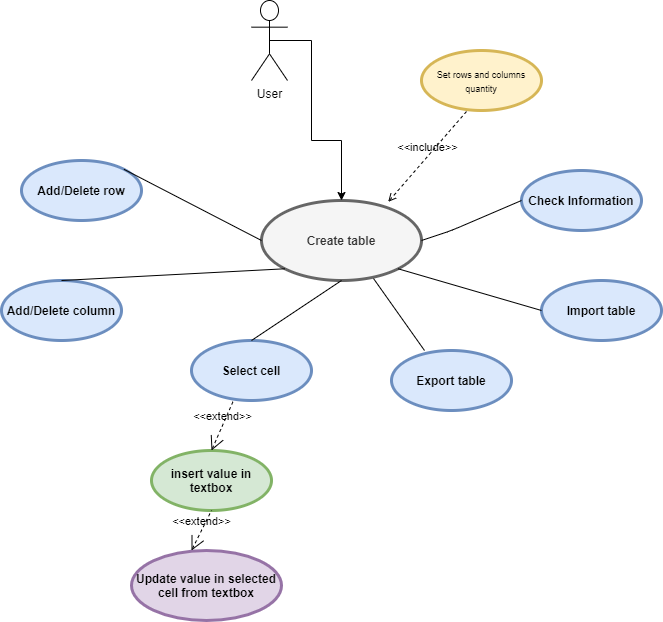
This is img/UseCaseDiagram.png from pashokred/mini_spreadsheet, a draw.io export, as it was before one commit. Source tidied: cells renumbered, new cells last; positions are measured from the earlier drawing's top-left corner, leaving out a move shared by most shapes. Source of this version:
```xml
<mxGraphModel>
  <root>
    <mxCell id="0" />
    <mxCell id="1" parent="0" />
    <mxCell id="2" value="&amp;lt;&amp;lt;include&amp;gt;&amp;gt;" style="edgeStyle=none;html=1;endArrow=open;verticalAlign=bottom;dashed=1;labelBackgroundColor=none;entryX=0.792;entryY=0.017;entryDx=0;entryDy=0;exitX=0.375;exitY=1.017;exitDx=0;exitDy=0;entryPerimeter=0;exitPerimeter=0;" parent="1" edge="1" source="4" target="3">
      <mxGeometry relative="1" as="geometry" />
    </mxCell>
    <mxCell id="3" value="Create table" style="shape=ellipse;html=1;strokeWidth=3;fontStyle=1;whiteSpace=wrap;align=center;perimeter=ellipsePerimeter;fillColor=#f5f5f5;strokeColor=#666666;fontColor=#333333;" parent="1" vertex="1">
      <mxGeometry x="260" y="200" width="160" height="80" as="geometry" />
    </mxCell>
    <mxCell id="4" value="&lt;span style=&quot;font-size: 9px ; font-weight: 400&quot;&gt;Set rows and columns quantity&lt;/span&gt;" style="shape=ellipse;html=1;strokeWidth=3;fontStyle=1;whiteSpace=wrap;align=center;perimeter=ellipsePerimeter;fillColor=#fff2cc;strokeColor=#d6b656;" parent="1" vertex="1">
      <mxGeometry x="420" y="50" width="120" height="60" as="geometry" />
    </mxCell>
    <mxCell id="5" value="Add/Delete row" style="shape=ellipse;html=1;strokeWidth=3;fontStyle=1;whiteSpace=wrap;align=center;perimeter=ellipsePerimeter;fillColor=#dae8fc;strokeColor=#6c8ebf;" parent="1" vertex="1">
      <mxGeometry x="20" y="160" width="120" height="60" as="geometry" />
    </mxCell>
    <mxCell id="6" value="Add/Delete column" style="shape=ellipse;html=1;strokeWidth=3;fontStyle=1;whiteSpace=wrap;align=center;perimeter=ellipsePerimeter;fillColor=#dae8fc;strokeColor=#6c8ebf;" parent="1" vertex="1">
      <mxGeometry y="280" width="120" height="60" as="geometry" />
    </mxCell>
    <mxCell id="7" style="edgeStyle=none;html=1;endArrow=none;verticalAlign=bottom;exitX=0;exitY=0.5;exitDx=0;exitDy=0;entryX=1;entryY=0;entryDx=0;entryDy=0;" parent="1" edge="1" source="3" target="5">
      <mxGeometry relative="1" as="geometry" />
    </mxCell>
    <mxCell id="8" style="edgeStyle=none;html=1;endArrow=none;verticalAlign=bottom;exitX=0;exitY=1;exitDx=0;exitDy=0;entryX=0.5;entryY=0;entryDx=0;entryDy=0;" parent="1" edge="1" source="3" target="6">
      <mxGeometry relative="1" as="geometry" />
    </mxCell>
    <mxCell id="9" value="Select cell" style="shape=ellipse;html=1;strokeWidth=3;fontStyle=1;whiteSpace=wrap;align=center;perimeter=ellipsePerimeter;fillColor=#dae8fc;strokeColor=#6c8ebf;" parent="1" vertex="1">
      <mxGeometry x="190" y="340" width="120" height="60" as="geometry" />
    </mxCell>
    <mxCell id="10" style="edgeStyle=none;html=1;endArrow=none;verticalAlign=bottom;exitX=0.5;exitY=1;exitDx=0;exitDy=0;entryX=0.5;entryY=0;entryDx=0;entryDy=0;" parent="1" edge="1" source="3" target="9">
      <mxGeometry relative="1" as="geometry" />
    </mxCell>
    <mxCell id="11" value="insert value in textbox" style="shape=ellipse;html=1;strokeWidth=3;fontStyle=1;whiteSpace=wrap;align=center;perimeter=ellipsePerimeter;fillColor=#d5e8d4;strokeColor=#82b366;" parent="1" vertex="1">
      <mxGeometry x="150" y="450" width="120" height="60" as="geometry" />
    </mxCell>
    <mxCell id="12" value="Update value in selected cell from textbox" style="shape=ellipse;html=1;strokeWidth=3;fontStyle=1;whiteSpace=wrap;align=center;perimeter=ellipsePerimeter;fillColor=#e1d5e7;strokeColor=#9673a6;" parent="1" vertex="1">
      <mxGeometry x="130" y="550" width="150" height="70" as="geometry" />
    </mxCell>
    <mxCell id="13" value="Check Information" style="shape=ellipse;html=1;strokeWidth=3;fontStyle=1;whiteSpace=wrap;align=center;perimeter=ellipsePerimeter;fillColor=#dae8fc;strokeColor=#6c8ebf;" parent="1" vertex="1">
      <mxGeometry x="520" y="170" width="120" height="60" as="geometry" />
    </mxCell>
    <mxCell id="14" style="edgeStyle=none;html=1;endArrow=none;verticalAlign=bottom;entryX=0;entryY=0.5;entryDx=0;entryDy=0;exitX=1;exitY=0.5;exitDx=0;exitDy=0;" parent="1" edge="1" source="3" target="13">
      <mxGeometry relative="1" as="geometry">
        <Array as="points">
          <mxPoint x="450" y="230" />
        </Array>
      </mxGeometry>
    </mxCell>
    <mxCell id="15" style="edgeStyle=orthogonalEdgeStyle;rounded=0;jettySize=auto;html=1;exitX=0.5;exitY=0.5;exitDx=0;exitDy=0;exitPerimeter=0;entryX=0.5;entryY=0;entryDx=0;entryDy=0;" parent="1" edge="1" source="16" target="3">
      <mxGeometry relative="1" as="geometry">
        <Array as="points">
          <mxPoint x="310" y="40" />
          <mxPoint x="310" y="140" />
          <mxPoint x="340" y="140" />
        </Array>
      </mxGeometry>
    </mxCell>
    <mxCell id="16" value="User" style="shape=umlActor;html=1;verticalLabelPosition=bottom;verticalAlign=top;align=center;" parent="1" vertex="1">
      <mxGeometry x="250" width="36" height="80" as="geometry" />
    </mxCell>
    <mxCell id="17" value="Export table" style="shape=ellipse;html=1;strokeWidth=3;fontStyle=1;whiteSpace=wrap;align=center;perimeter=ellipsePerimeter;fillColor=#dae8fc;strokeColor=#6c8ebf;" parent="1" vertex="1">
      <mxGeometry x="390" y="350" width="120" height="60" as="geometry" />
    </mxCell>
    <mxCell id="18" value="Import table" style="shape=ellipse;html=1;strokeWidth=3;fontStyle=1;whiteSpace=wrap;align=center;perimeter=ellipsePerimeter;fillColor=#dae8fc;strokeColor=#6c8ebf;" parent="1" vertex="1">
      <mxGeometry x="540" y="280" width="120" height="60" as="geometry" />
    </mxCell>
    <mxCell id="19" style="endArrow=none;html=1;entryX=0.7;entryY=0.975;entryDx=0;entryDy=0;entryPerimeter=0;exitX=0.275;exitY=0;exitDx=0;exitDy=0;exitPerimeter=0;" parent="1" edge="1" source="17" target="3">
      <mxGeometry relative="1" as="geometry" />
    </mxCell>
    <mxCell id="20" style="endArrow=none;html=1;exitX=0;exitY=0.5;exitDx=0;exitDy=0;entryX=1;entryY=1;entryDx=0;entryDy=0;" parent="1" edge="1" source="18" target="3">
      <mxGeometry relative="1" as="geometry" />
    </mxCell>
    <mxCell id="21" value="&amp;lt;&amp;lt;extend&amp;gt;&amp;gt;" style="edgeStyle=none;html=1;startArrow=open;endArrow=none;startSize=12;verticalAlign=bottom;dashed=1;labelBackgroundColor=none;exitX=0.5;exitY=0;exitDx=0;exitDy=0;entryX=0.35;entryY=1;entryDx=0;entryDy=0;entryPerimeter=0;" parent="1" edge="1" source="11" target="9">
      <mxGeometry relative="1" as="geometry" />
    </mxCell>
    <mxCell id="22" value="&amp;lt;&amp;lt;extend&amp;gt;&amp;gt;" style="edgeStyle=none;html=1;startArrow=open;endArrow=none;startSize=12;verticalAlign=bottom;dashed=1;labelBackgroundColor=none;entryX=0.5;entryY=1;entryDx=0;entryDy=0;" parent="1" edge="1" target="11">
      <mxGeometry relative="1" as="geometry">
        <mxPoint x="190" y="550" as="sourcePoint" />
      </mxGeometry>
    </mxCell>
  </root>
</mxGraphModel>
```
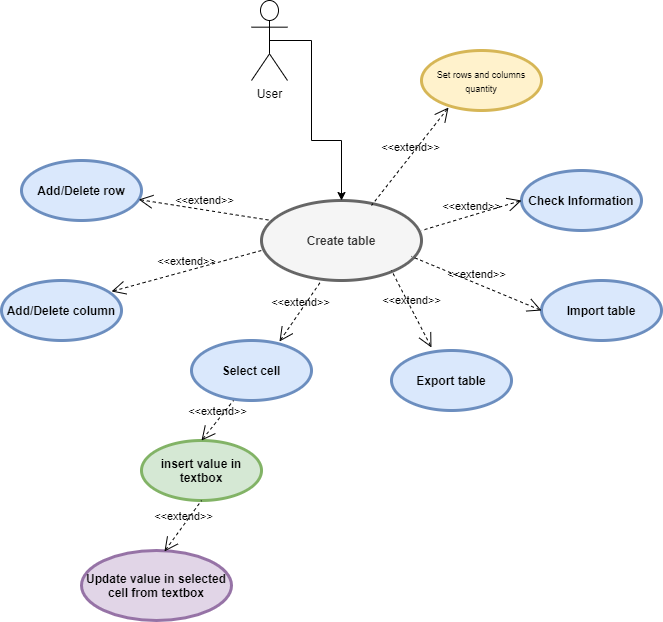
The same file after the commit.

What changed in the source:
```diff
@@ -2,9 +2,6 @@
   <root>
     <mxCell id="0" />
     <mxCell id="1" parent="0" />
-    <mxCell id="2" value="&amp;lt;&amp;lt;include&amp;gt;&amp;gt;" style="edgeStyle=none;html=1;endArrow=open;verticalAlign=bottom;dashed=1;labelBackgroundColor=none;entryX=0.792;entryY=0.017;entryDx=0;entryDy=0;exitX=0.375;exitY=1.017;exitDx=0;exitDy=0;entryPerimeter=0;exitPerimeter=0;" parent="1" edge="1" source="4" target="3">
-      <mxGeometry relative="1" as="geometry" />
-    </mxCell>
     <mxCell id="3" value="Create table" style="shape=ellipse;html=1;strokeWidth=3;fontStyle=1;whiteSpace=wrap;align=center;perimeter=ellipsePerimeter;fillColor=#f5f5f5;strokeColor=#666666;fontColor=#333333;" parent="1" vertex="1">
       <mxGeometry x="260" y="200" width="160" height="80" as="geometry" />
     </mxCell>
@@ -17,34 +14,18 @@
     <mxCell id="6" value="Add/Delete column" style="shape=ellipse;html=1;strokeWidth=3;fontStyle=1;whiteSpace=wrap;align=center;perimeter=ellipsePerimeter;fillColor=#dae8fc;strokeColor=#6c8ebf;" parent="1" vertex="1">
       <mxGeometry y="280" width="120" height="60" as="geometry" />
     </mxCell>
-    <mxCell id="7" style="edgeStyle=none;html=1;endArrow=none;verticalAlign=bottom;exitX=0;exitY=0.5;exitDx=0;exitDy=0;entryX=1;entryY=0;entryDx=0;entryDy=0;" parent="1" edge="1" source="3" target="5">
-      <mxGeometry relative="1" as="geometry" />
-    </mxCell>
-    <mxCell id="8" style="edgeStyle=none;html=1;endArrow=none;verticalAlign=bottom;exitX=0;exitY=1;exitDx=0;exitDy=0;entryX=0.5;entryY=0;entryDx=0;entryDy=0;" parent="1" edge="1" source="3" target="6">
-      <mxGeometry relative="1" as="geometry" />
-    </mxCell>
     <mxCell id="9" value="Select cell" style="shape=ellipse;html=1;strokeWidth=3;fontStyle=1;whiteSpace=wrap;align=center;perimeter=ellipsePerimeter;fillColor=#dae8fc;strokeColor=#6c8ebf;" parent="1" vertex="1">
       <mxGeometry x="190" y="340" width="120" height="60" as="geometry" />
     </mxCell>
-    <mxCell id="10" style="edgeStyle=none;html=1;endArrow=none;verticalAlign=bottom;exitX=0.5;exitY=1;exitDx=0;exitDy=0;entryX=0.5;entryY=0;entryDx=0;entryDy=0;" parent="1" edge="1" source="3" target="9">
-      <mxGeometry relative="1" as="geometry" />
-    </mxCell>
     <mxCell id="11" value="insert value in textbox" style="shape=ellipse;html=1;strokeWidth=3;fontStyle=1;whiteSpace=wrap;align=center;perimeter=ellipsePerimeter;fillColor=#d5e8d4;strokeColor=#82b366;" parent="1" vertex="1">
-      <mxGeometry x="150" y="450" width="120" height="60" as="geometry" />
+      <mxGeometry x="140" y="440" width="120" height="60" as="geometry" />
     </mxCell>
     <mxCell id="12" value="Update value in selected cell from textbox" style="shape=ellipse;html=1;strokeWidth=3;fontStyle=1;whiteSpace=wrap;align=center;perimeter=ellipsePerimeter;fillColor=#e1d5e7;strokeColor=#9673a6;" parent="1" vertex="1">
-      <mxGeometry x="130" y="550" width="150" height="70" as="geometry" />
+      <mxGeometry x="80" y="550" width="150" height="70" as="geometry" />
     </mxCell>
     <mxCell id="13" value="Check Information" style="shape=ellipse;html=1;strokeWidth=3;fontStyle=1;whiteSpace=wrap;align=center;perimeter=ellipsePerimeter;fillColor=#dae8fc;strokeColor=#6c8ebf;" parent="1" vertex="1">
       <mxGeometry x="520" y="170" width="120" height="60" as="geometry" />
     </mxCell>
-    <mxCell id="14" style="edgeStyle=none;html=1;endArrow=none;verticalAlign=bottom;entryX=0;entryY=0.5;entryDx=0;entryDy=0;exitX=1;exitY=0.5;exitDx=0;exitDy=0;" parent="1" edge="1" source="3" target="13">
-      <mxGeometry relative="1" as="geometry">
-        <Array as="points">
-          <mxPoint x="450" y="230" />
-        </Array>
-      </mxGeometry>
-    </mxCell>
     <mxCell id="15" style="edgeStyle=orthogonalEdgeStyle;rounded=0;jettySize=auto;html=1;exitX=0.5;exitY=0.5;exitDx=0;exitDy=0;exitPerimeter=0;entryX=0.5;entryY=0;entryDx=0;entryDy=0;" parent="1" edge="1" source="16" target="3">
       <mxGeometry relative="1" as="geometry">
         <Array as="points">
@@ -63,19 +44,46 @@
     <mxCell id="18" value="Import table" style="shape=ellipse;html=1;strokeWidth=3;fontStyle=1;whiteSpace=wrap;align=center;perimeter=ellipsePerimeter;fillColor=#dae8fc;strokeColor=#6c8ebf;" parent="1" vertex="1">
       <mxGeometry x="540" y="280" width="120" height="60" as="geometry" />
     </mxCell>
-    <mxCell id="19" style="endArrow=none;html=1;entryX=0.7;entryY=0.975;entryDx=0;entryDy=0;entryPerimeter=0;exitX=0.275;exitY=0;exitDx=0;exitDy=0;exitPerimeter=0;" parent="1" edge="1" source="17" target="3">
-      <mxGeometry relative="1" as="geometry" />
-    </mxCell>
-    <mxCell id="20" style="endArrow=none;html=1;exitX=0;exitY=0.5;exitDx=0;exitDy=0;entryX=1;entryY=1;entryDx=0;entryDy=0;" parent="1" edge="1" source="18" target="3">
-      <mxGeometry relative="1" as="geometry" />
-    </mxCell>
     <mxCell id="21" value="&amp;lt;&amp;lt;extend&amp;gt;&amp;gt;" style="edgeStyle=none;html=1;startArrow=open;endArrow=none;startSize=12;verticalAlign=bottom;dashed=1;labelBackgroundColor=none;exitX=0.5;exitY=0;exitDx=0;exitDy=0;entryX=0.35;entryY=1;entryDx=0;entryDy=0;entryPerimeter=0;" parent="1" edge="1" source="11" target="9">
       <mxGeometry relative="1" as="geometry" />
     </mxCell>
-    <mxCell id="22" value="&amp;lt;&amp;lt;extend&amp;gt;&amp;gt;" style="edgeStyle=none;html=1;startArrow=open;endArrow=none;startSize=12;verticalAlign=bottom;dashed=1;labelBackgroundColor=none;entryX=0.5;entryY=1;entryDx=0;entryDy=0;" parent="1" edge="1" target="11">
-      <mxGeometry relative="1" as="geometry">
-        <mxPoint x="190" y="550" as="sourcePoint" />
-      </mxGeometry>
+    <mxCell id="22" value="&amp;lt;&amp;lt;extend&amp;gt;&amp;gt;" style="edgeStyle=none;html=1;startArrow=open;endArrow=none;startSize=12;verticalAlign=bottom;dashed=1;labelBackgroundColor=none;entryX=0.5;entryY=1;entryDx=0;entryDy=0;exitX=0.553;exitY=0.014;exitDx=0;exitDy=0;exitPerimeter=0;" parent="1" edge="1" source="12" target="11">
+      <mxGeometry relative="1" as="geometry" />
     </mxCell>
+    <mxCell id="23" value="&amp;lt;&amp;lt;extend&amp;gt;&amp;gt;" style="edgeStyle=none;html=1;startArrow=open;endArrow=none;startSize=12;verticalAlign=bottom;dashed=1;labelBackgroundColor=none;exitX=0.733;exitY=0.017;exitDx=0;exitDy=0;exitPerimeter=0;" parent="1" edge="1" source="9">
+      <mxGeometry relative="1" as="geometry">
+        <mxPoint x="320" y="280" as="targetPoint" />
+      </mxGeometry>
+    </mxCell>
+    <mxCell id="24" value="&amp;lt;&amp;lt;extend&amp;gt;&amp;gt;" style="edgeStyle=none;html=1;startArrow=open;endArrow=none;startSize=12;verticalAlign=bottom;dashed=1;labelBackgroundColor=none;exitX=0.917;exitY=0.183;exitDx=0;exitDy=0;exitPerimeter=0;" parent="1" edge="1" source="6">
+      <mxGeometry relative="1" as="geometry">
+        <mxPoint x="260" y="250" as="targetPoint" />
+      </mxGeometry>
+    </mxCell>
+    <mxCell id="25" value="&amp;lt;&amp;lt;extend&amp;gt;&amp;gt;" style="edgeStyle=none;html=1;startArrow=open;endArrow=none;startSize=12;verticalAlign=bottom;dashed=1;labelBackgroundColor=none;" parent="1" edge="1" source="5">
+      <mxGeometry relative="1" as="geometry">
+        <mxPoint x="270" y="220" as="targetPoint" />
+      </mxGeometry>
+    </mxCell>
+    <mxCell id="26" value="&amp;lt;&amp;lt;extend&amp;gt;&amp;gt;" style="edgeStyle=none;html=1;startArrow=open;endArrow=none;startSize=12;verticalAlign=bottom;dashed=1;labelBackgroundColor=none;exitX=0.333;exitY=-0.05;exitDx=0;exitDy=0;exitPerimeter=0;" parent="1" edge="1" source="17">
+      <mxGeometry relative="1" as="geometry">
+        <mxPoint x="390" y="270" as="targetPoint" />
+      </mxGeometry>
+    </mxCell>
+    <mxCell id="27" value="&amp;lt;&amp;lt;extend&amp;gt;&amp;gt;" style="edgeStyle=none;html=1;startArrow=open;endArrow=none;startSize=12;verticalAlign=bottom;dashed=1;labelBackgroundColor=none;exitX=0;exitY=0.5;exitDx=0;exitDy=0;" parent="1" edge="1" source="18">
+      <mxGeometry relative="1" as="geometry">
+        <mxPoint x="410" y="256" as="targetPoint" />
+      </mxGeometry>
+    </mxCell>
+    <mxCell id="28" value="&amp;lt;&amp;lt;extend&amp;gt;&amp;gt;" style="edgeStyle=none;html=1;startArrow=open;endArrow=none;startSize=12;verticalAlign=bottom;dashed=1;labelBackgroundColor=none;exitX=0;exitY=0.5;exitDx=0;exitDy=0;" parent="1" edge="1" source="13">
+      <mxGeometry relative="1" as="geometry">
+        <mxPoint x="420" y="230" as="targetPoint" />
+      </mxGeometry>
+    </mxCell>
+    <mxCell id="29" value="&amp;lt;&amp;lt;extend&amp;gt;&amp;gt;" style="edgeStyle=none;html=1;startArrow=open;endArrow=none;startSize=12;verticalAlign=bottom;dashed=1;labelBackgroundColor=none;exitX=0.225;exitY=0.95;exitDx=0;exitDy=0;exitPerimeter=0;" parent="1" edge="1" source="4">
+      <mxGeometry relative="1" as="geometry">
+        <mxPoint x="370" y="205" as="targetPoint" />
+      </mxGeometry>
+    </mxCell>
   </root>
 </mxGraphModel>
```
